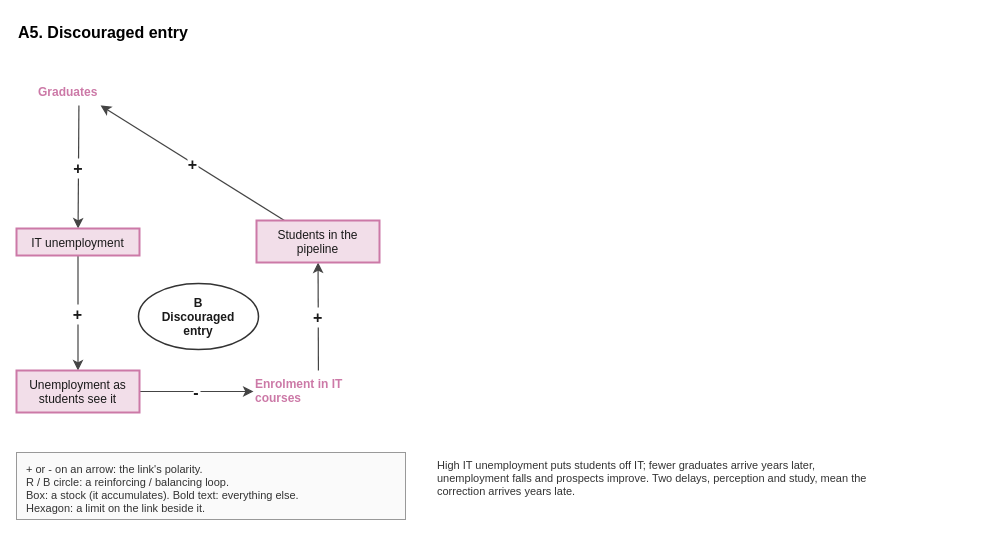
This is docs/model/diagrams/article-a5.drawio from stravoris-tech/ai-it-labour-sim, a draw.io file, before an edit. Source tidied: cells renumbered, new cells numbered last; positions are measured from the earlier drawing's top-left corner, leaving out a move shared by most shapes. Both pictures are drawn from the tidied source at 100%, with x=0, y=0 at pixel (16, 16).
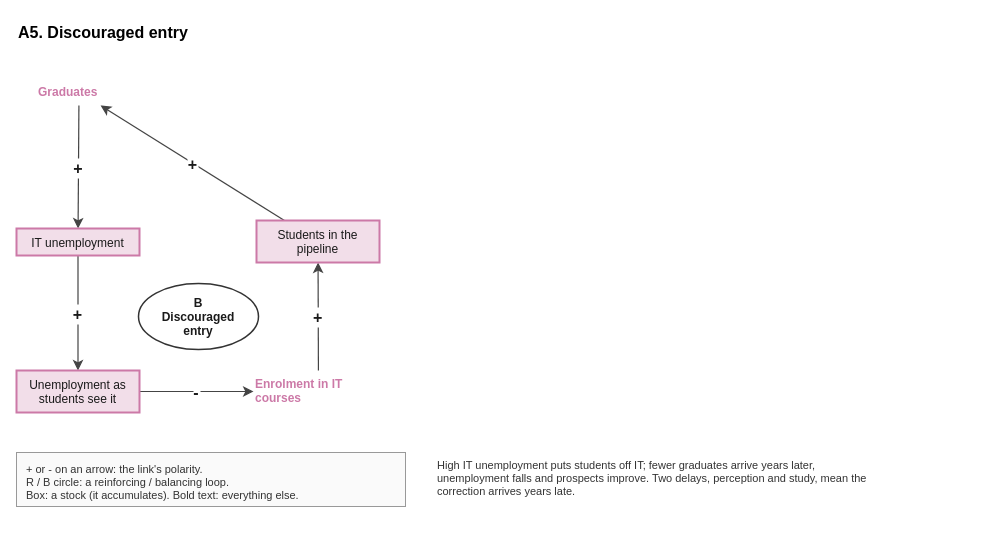
Above is the later version.

What changed in the source:
```diff
@@
 <mxGraphModel>
   <root>
     <mxCell id="0" />
     <mxCell id="1" parent="0" />
     <mxCell id="2" value="+" style="html=0;endArrow=classic;endSize=7;rounded=0;strokeColor=#444444;strokeWidth=1.2;fontFamily=Helvetica;fontSize=16;fontStyle=1;fontColor=#1A1A1A;labelBackgroundColor=#FFFFFF;" parent="1" edge="1" source="7" target="9">
       <mxGeometry relative="1" as="geometry" />
     </mxCell>
     <mxCell id="3" value="+" style="html=0;endArrow=classic;endSize=7;rounded=0;strokeColor=#444444;strokeWidth=1.2;fontFamily=Helvetica;fontSize=16;fontStyle=1;fontColor=#1A1A1A;labelBackgroundColor=#FFFFFF;" parent="1" edge="1" source="8" target="11">
       <mxGeometry relative="1" as="geometry" />
     </mxCell>
     <mxCell id="4" value="+" style="html=0;endArrow=classic;endSize=7;rounded=0;strokeColor=#444444;strokeWidth=1.2;fontFamily=Helvetica;fontSize=16;fontStyle=1;fontColor=#1A1A1A;labelBackgroundColor=#FFFFFF;" parent="1" edge="1" source="9" target="8">
       <mxGeometry relative="1" as="geometry" />
     </mxCell>
     <mxCell id="5" value="-" style="html=0;endArrow=classic;endSize=7;rounded=0;strokeColor=#444444;strokeWidth=1.2;fontFamily=Helvetica;fontSize=16;fontStyle=1;fontColor=#1A1A1A;labelBackgroundColor=#FFFFFF;" parent="1" edge="1" source="10" target="7">
       <mxGeometry relative="1" as="geometry" />
     </mxCell>
     <mxCell id="6" value="+" style="html=0;endArrow=classic;endSize=7;rounded=0;strokeColor=#444444;strokeWidth=1.2;fontFamily=Helvetica;fontSize=16;fontStyle=1;fontColor=#1A1A1A;labelBackgroundColor=#FFFFFF;" parent="1" edge="1" source="11" target="10">
       <mxGeometry relative="1" as="geometry" />
     </mxCell>
     <mxCell id="7" value="Enrolment in IT&#10;courses" style="html=0;fontFamily=Helvetica;fontSize=12;text;strokeColor=none;fillColor=none;fontStyle=1;fontColor=#CC79A7;" parent="1" vertex="1">
       <mxGeometry x="237" y="354" width="130" height="42" as="geometry" />
     </mxCell>
     <mxCell id="8" value="Graduates" style="html=0;fontFamily=Helvetica;fontSize=12;text;strokeColor=none;fillColor=none;fontStyle=1;fontColor=#CC79A7;" parent="1" vertex="1">
       <mxGeometry x="20" y="62" width="85" height="27" as="geometry" />
     </mxCell>
     <mxCell id="9" value="Students in the&#10;pipeline" style="html=0;fontFamily=Helvetica;fontSize=12;rounded=0;fillColor=#F2DEE9;strokeColor=#CC79A7;strokeWidth=2;fontColor=#1A1A1A;" parent="1" vertex="1">
       <mxGeometry x="240" y="204" width="123" height="42" as="geometry" />
     </mxCell>
     <mxCell id="10" value="Unemployment as&#10;students see it" style="html=0;fontFamily=Helvetica;fontSize=12;rounded=0;fillColor=#F2DEE9;strokeColor=#CC79A7;strokeWidth=2;fontColor=#1A1A1A;" parent="1" vertex="1">
       <mxGeometry y="354" width="123" height="42" as="geometry" />
     </mxCell>
     <mxCell id="11" value="IT unemployment" style="html=0;fontFamily=Helvetica;fontSize=12;rounded=0;fillColor=#F2DEE9;strokeColor=#CC79A7;strokeWidth=2;fontColor=#1A1A1A;" parent="1" vertex="1">
       <mxGeometry y="212" width="123" height="27" as="geometry" />
     </mxCell>
     <mxCell id="12" value="B&#10;Discouraged&#10;entry" style="html=0;fontFamily=Helvetica;fontSize=12;ellipse;fillColor=#FFFFFF;strokeColor=#333333;strokeWidth=1.5;fontStyle=1;fontColor=#1A1A1A;" parent="1" vertex="1">
       <mxGeometry x="122" y="267" width="120" height="66" as="geometry" />
     </mxCell>
     <mxCell id="13" value="A5. Discouraged entry" style="html=0;fontFamily=Helvetica;fontSize=12;text;align=left;verticalAlign=top;fontSize=16;fontStyle=1;strokeColor=none;fillColor=none;" parent="1" vertex="1">
       <mxGeometry width="227" height="32" as="geometry" />
     </mxCell>
-    <mxCell id="14" value="+ or - on an arrow: the link's polarity.&#10;R / B circle: a reinforcing / balancing loop.&#10;Box: a stock (it accumulates). Bold text: everything else.&#10;Hexagon: a limit on the link beside it." style="html=0;fontFamily=Helvetica;fontSize=12;text;align=left;verticalAlign=top;spacingLeft=8;spacingTop=4;fontSize=11;strokeColor=#999999;fillColor=#FAFAFA;fontColor=#333333;" parent="1" vertex="1">
-      <mxGeometry y="436" width="389" height="67" as="geometry" />
+    <mxCell id="14" value="+ or - on an arrow: the link's polarity.&#10;R / B circle: a reinforcing / balancing loop.&#10;Box: a stock (it accumulates). Bold text: everything else." style="html=0;fontFamily=Helvetica;fontSize=12;text;align=left;verticalAlign=top;spacingLeft=8;spacingTop=4;fontSize=11;strokeColor=#999999;fillColor=#FAFAFA;fontColor=#333333;" parent="1" vertex="1">
+      <mxGeometry y="436" width="389" height="54" as="geometry" />
     </mxCell>
     <mxCell id="15" value="High IT unemployment puts students off IT; fewer graduates arrive years later,&#10;unemployment falls and prospects improve. Two delays, perception and study, mean the&#10;correction arrives years late." style="html=0;fontFamily=Helvetica;fontSize=12;text;align=left;verticalAlign=top;fontSize=11;strokeColor=none;fillColor=none;fontColor=#333333;" parent="1" vertex="1">
       <mxGeometry x="419" y="436" width="554" height="54" as="geometry" />
     </mxCell>
   </root>
 </mxGraphModel>
```
